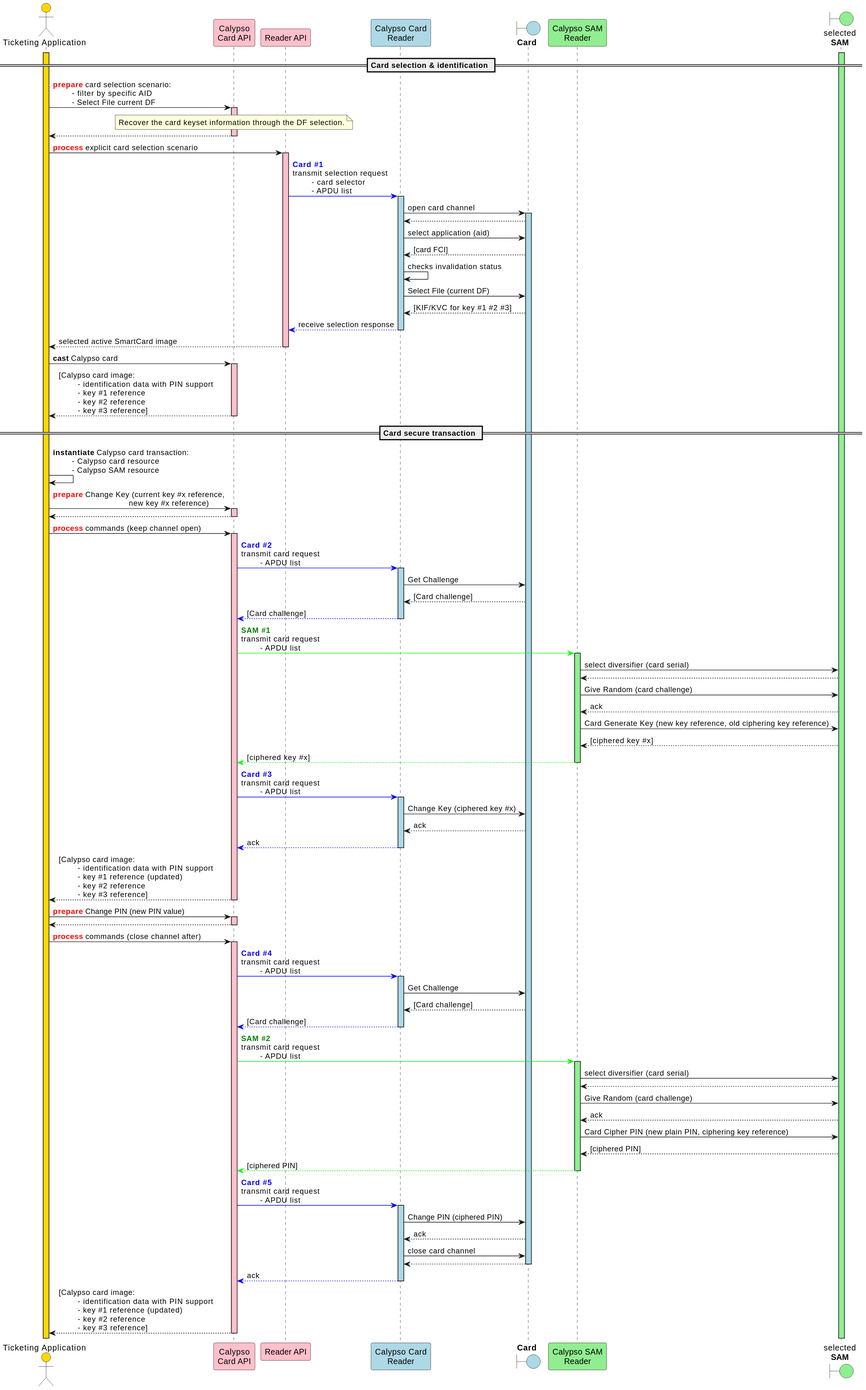
calypsonet/calypsonet-terminal-api-website keeps this PlantUML diagram as static/media/specifications/calypso_transaction_Change_Key_Ciphered_PIN_sequence_diagram.svg. Above is the earlier version. The source it was exported from:
```plantuml
@startuml
skinparam ClassBorderColor #D4AC0D
skinparam stereotypeABorderColor #A9DCDF
skinparam stereotypeIBorderColor #B4A7E5
skinparam stereotypeCBorderColor #ADD1B2
skinparam stereotypeEBorderColor #EB93DF
skinparam shadowing false

skinparam StateBorderColor #D4AC0D
skinparam ActivityBorderColor #D4AC0D

skinparam ClassBackgroundColor<<red>> #FDEDEC
skinparam ClassBorderColor<<red>> #E74C3C
hide <<red>> stereotype
skinparam ClassBackgroundColor<<purple>> #F4ECF7
skinparam ClassBorderColor<<purple>> #8E44AD
hide <<purple>> stereotype
skinparam ClassBackgroundColor<<blue>> #EBF5FB
skinparam ClassBorderColor<<blue>> #3498DB
hide <<blue>> stereotype
skinparam ClassBackgroundColor<<green>> #EAFAF1
skinparam ClassBorderColor<<green>> #2ECC71
hide <<green>> stereotype

skinparam ClassBackgroundColor<<orange>> #FDF2E9
skinparam ClassBorderColor<<orange>> #E67E22
hide <<orange>> stereotype

skinparam ClassBackgroundColor<<grey>> #EAECEE
skinparam ClassBorderColor<<grey>> #2C3E50
hide <<grey>> stereotype

actor "Ticketing Application" as app #gold
participant "Calypso\nCard API" as capi #pink
participant "Reader API" as rapi #pink
participant "Calypso Card\nReader" as cardReader #lightBlue
boundary "**Card**" as card #lightBlue
participant "Calypso SAM\nReader" as samReader #lightGreen
boundary "selected\n**SAM**" as sam #lightGreen

activate app #gold
activate sam #lightGreen

== Card selection & identification ==

app->capi: <font color=red>**prepare**</font> card selection scenario:\n\t- filter by specific AID\n\t- Select File current DF
activate capi  #pink
note over capi
    Recover the card keyset information through the DF selection.
end note

capi-->app
deactivate capi

app->rapi: <font color=red>**process**</font> explicit card selection scenario
activate rapi  #pink
rapi-[#0000FF]>cardReader: <font color=blue>**Card #1**</font>\ntransmit selection request\n\t- card selector\n\t- APDU list
activate cardReader #lightBlue

cardReader->card: open card channel
activate card #lightBlue
card-->cardReader
cardReader->card: select application (aid)
card-->cardReader: [card FCI]
cardReader->cardReader: checks invalidation status

    cardReader->card: Select File (current DF)
    card-->cardReader: [KIF/KVC for key #1 #2 #3]

cardReader--[#0000FF]>rapi: receive selection response
deactivate cardReader

rapi-->app: selected active SmartCard image
deactivate rapi

app->capi: **cast** Calypso card
activate capi  #pink
capi-->app: [Calypso card image:\n\t- identification data with PIN support\n\t- key #1 reference\n\t- key #2 reference\n\t- key #3 reference]

deactivate capi

== Card secure transaction ==

app->app: **instantiate** Calypso card transaction:\n\t- Calypso card resource\n\t- Calypso SAM resource


app->capi: <font color=red>**prepare**</font> Change Key (current key #x reference,\n\t\t\t\tnew key #x reference)
activate capi  #pink
capi-->app
deactivate capi

app->capi: <font color=red>**process**</font> commands (keep channel open)
activate capi  #pink

capi-[#0000FF]>cardReader: <font color=blue>**Card #2**</font>\ntransmit card request\n\t- APDU list
activate cardReader #lightBlue

    cardReader->card: Get Challenge
    card-->cardReader: [Card challenge]

cardReader--[#0000FF]>capi: [Card challenge]
deactivate cardReader

capi-[#00FF00]>samReader: <font color=green>**SAM #1**</font>\ntransmit card request\n\t- APDU list
activate samReader #lightGreen

samReader->sam: select diversifier (card serial)
sam-->samReader
samReader->sam: Give Random (card challenge)
sam-->samReader: ack
samReader->sam: Card Generate Key (new key reference, old ciphering key reference)
sam-->samReader: [ciphered key #x]

samReader-[#00FF00]->capi: [ciphered key #x]
deactivate samReader

capi-[#0000FF]>cardReader: <font color=blue>**Card #3**</font>\ntransmit card request\n\t- APDU list
activate cardReader #lightBlue

    cardReader->card: Change Key (ciphered key #x)
    card-->cardReader: ack


cardReader-[#0000FF]->capi: ack
deactivate cardReader

capi-->app: [Calypso card image:\n\t- identification data with PIN support\n\t- key #1 reference (updated)\n\t- key #2 reference\n\t- key #3 reference]
deactivate capi

app->capi: <font color=red>**prepare**</font> Change PIN (new PIN value)
activate capi  #pink
capi-->app
deactivate capi

app->capi: <font color=red>**process**</font> commands (close channel after)
activate capi  #pink

capi-[#0000FF]>cardReader: <font color=blue>**Card #4**</font>\ntransmit card request\n\t- APDU list
activate cardReader #lightBlue

    cardReader->card: Get Challenge
    card-->cardReader: [Card challenge]

cardReader--[#0000FF]>capi: [Card challenge]
deactivate cardReader

capi-[#00FF00]>samReader: <font color=green>**SAM #2**</font>\ntransmit card request\n\t- APDU list
activate samReader #lightGreen

samReader->sam: select diversifier (card serial)
sam-->samReader
samReader->sam: Give Random (card challenge)
sam-->samReader: ack
samReader->sam: Card Cipher PIN (new plain PIN, ciphering key reference)
sam-->samReader: [ciphered PIN]

samReader-[#00FF00]->capi: [ciphered PIN]
deactivate samReader

capi-[#0000FF]>cardReader: <font color=blue>**Card #5**</font>\ntransmit card request\n\t- APDU list
activate cardReader #lightBlue

    cardReader->card: Change PIN (ciphered PIN)
    card-->cardReader: ack

cardReader->card: close card channel
card-->cardReader
deactivate card

cardReader-[#0000FF]->capi: ack
deactivate cardReader

capi-->app: [Calypso card image:\n\t- identification data with PIN support\n\t- key #1 reference (updated)\n\t- key #2 reference\n\t- key #3 reference]
deactivate capi

deactivate capi
@enduml
```
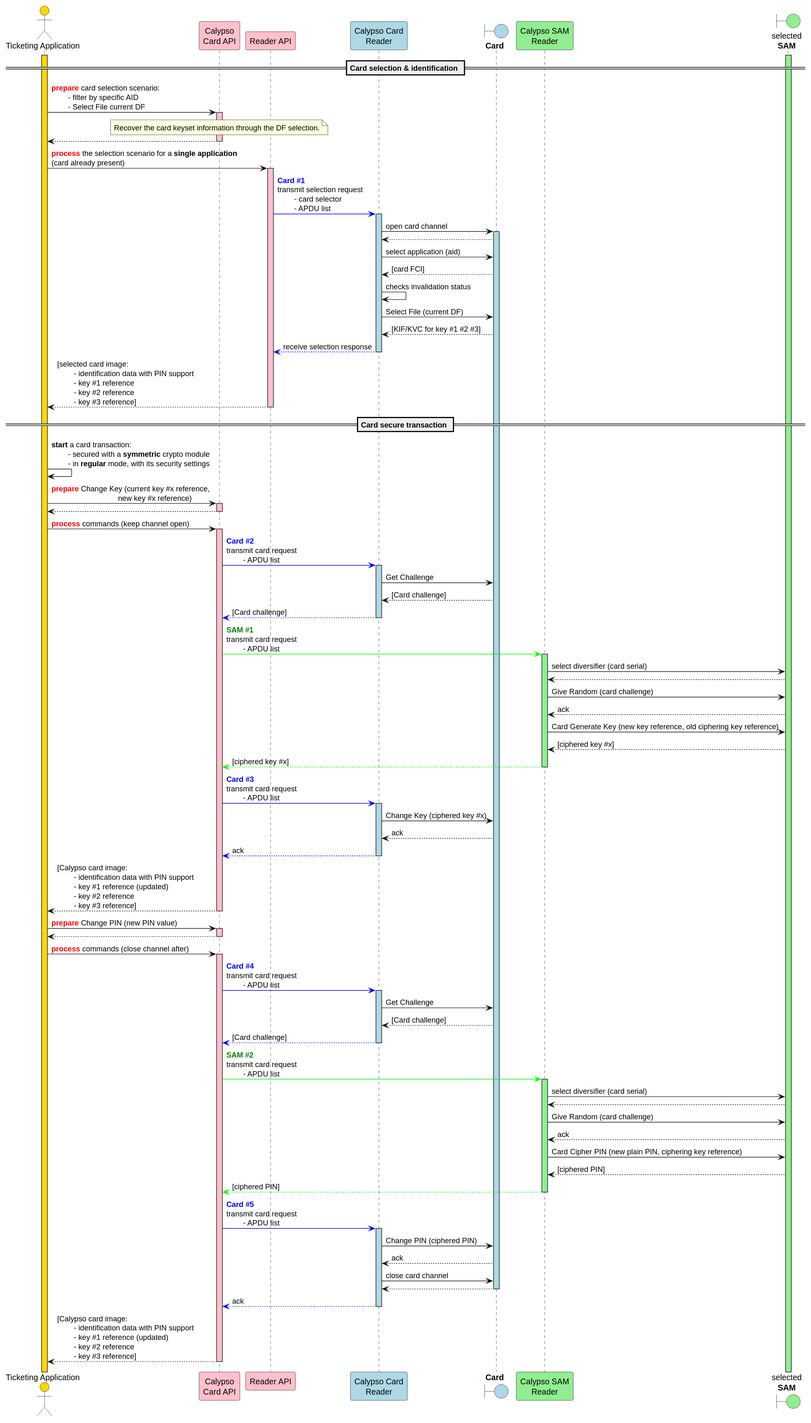
Above is the later version.

What changed in the source:
```diff
@@ -52,7 +52,7 @@
 capi-->app
 deactivate capi
 
-app->rapi: <font color=red>**process**</font> explicit card selection scenario
+app->rapi: <font color=red>**process**</font> the selection scenario for a **single application**\n(card already present)
 activate rapi  #pink
 rapi-[#0000FF]>cardReader: <font color=blue>**Card #1**</font>\ntransmit selection request\n\t- card selector\n\t- APDU list
 activate cardReader #lightBlue
@@ -70,18 +70,12 @@
 cardReader--[#0000FF]>rapi: receive selection response
 deactivate cardReader
 
-rapi-->app: selected active SmartCard image
+rapi-->app: [selected card image:\n\t- identification data with PIN support\n\t- key #1 reference\n\t- key #2 reference\n\t- key #3 reference]
 deactivate rapi
-
-app->capi: **cast** Calypso card
-activate capi  #pink
-capi-->app: [Calypso card image:\n\t- identification data with PIN support\n\t- key #1 reference\n\t- key #2 reference\n\t- key #3 reference]
-
-deactivate capi
 
 == Card secure transaction ==
 
-app->app: **instantiate** Calypso card transaction:\n\t- Calypso card resource\n\t- Calypso SAM resource
+app->app: **start** a card transaction:\n\t- secured with a **symmetric** crypto module\n\t- in **regular** mode, with its security settings
 
 
 app->capi: <font color=red>**prepare**</font> Change Key (current key #x reference,\n\t\t\t\tnew key #x reference)
```
